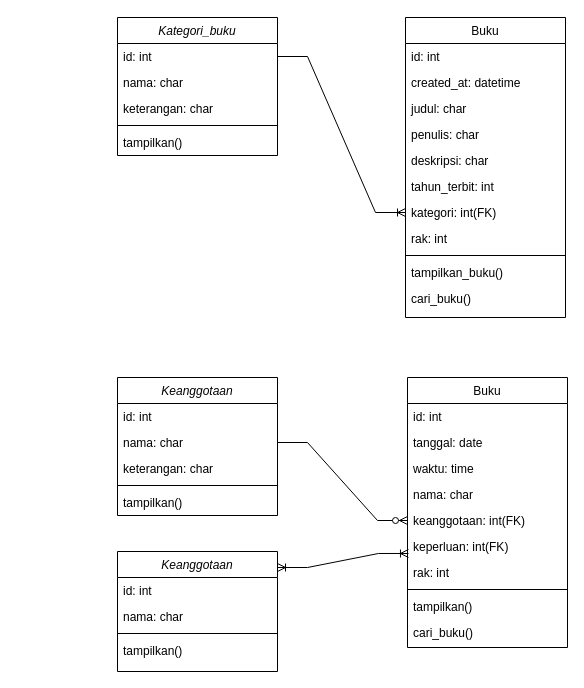
The draw.io diagram class-diagram-perpus-digital.drawio in Agnianjelita/Tefa, before the edit. Source tidied: cells renumbered, new cells numbered last; positions are measured from the earlier drawing's top-left corner, leaving out a move shared by most shapes. Both pictures are drawn from the tidied source at 100%, with x=0, y=0 at pixel (117, 17).
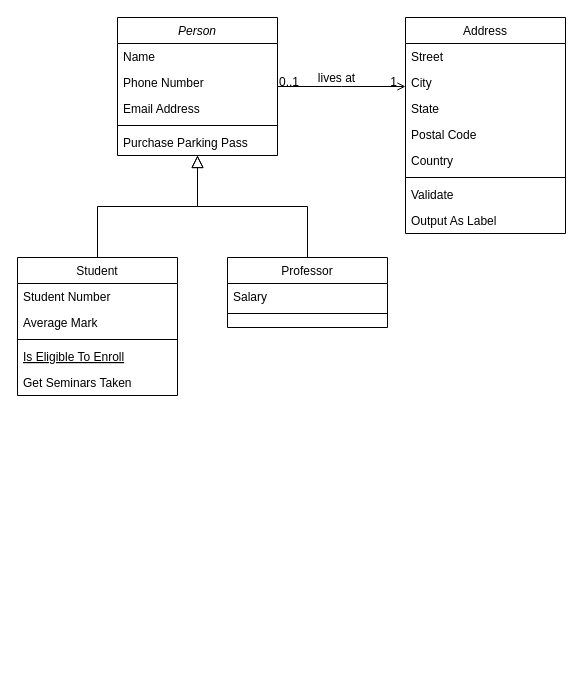
Above is the later version.

The edit, as a diff of the source:
```diff
@@
-    <mxCell id="2" value="Kategori_buku" style="swimlane;fontStyle=2;align=center;verticalAlign=top;horizontal=1;startSize=26;rounded=0;shadow=0;strokeWidth=1;" parent="1" vertex="1">
+    <mxCell id="2" value="Person" style="swimlane;fontStyle=2;align=center;verticalAlign=top;horizontal=1;startSize=26;rounded=0;shadow=0;strokeWidth=1;" parent="1" vertex="1">
       <mxGeometry width="160" height="138" as="geometry" />
     </mxCell>
-    <mxCell id="3" value="id: int" style="text;align=left;verticalAlign=top;spacingLeft=4;spacingRight=4;overflow=hidden;points=[[0,0.5],[1,0.5]];portConstraint=eastwest;" parent="2" vertex="1">
+    <mxCell id="3" value="Name" style="text;align=left;verticalAlign=top;spacingLeft=4;spacingRight=4;overflow=hidden;points=[[0,0.5],[1,0.5]];portConstraint=eastwest;" parent="2" vertex="1">
       <mxGeometry y="26" width="160" height="26" as="geometry" />
     </mxCell>
-    <mxCell id="4" value="nama: char" style="text;align=left;verticalAlign=top;spacingLeft=4;spacingRight=4;overflow=hidden;rounded=0;shadow=0;html=0;" parent="2" vertex="1">
+    <mxCell id="4" value="Phone Number" style="text;align=left;verticalAlign=top;spacingLeft=4;spacingRight=4;overflow=hidden;rounded=0;shadow=0;html=0;" parent="2" vertex="1">
       <mxGeometry y="52" width="160" height="26" as="geometry" />
     </mxCell>
-    <mxCell id="5" value="keterangan: char" style="text;align=left;verticalAlign=top;spacingLeft=4;spacingRight=4;overflow=hidden;rounded=0;shadow=0;html=0;" parent="2" vertex="1">
+    <mxCell id="5" value="Email Address" style="text;align=left;verticalAlign=top;spacingLeft=4;spacingRight=4;overflow=hidden;rounded=0;shadow=0;html=0;" parent="2" vertex="1">
       <mxGeometry y="78" width="160" height="26" as="geometry" />
     </mxCell>
@@
-    <mxCell id="7" value="tampilkan()" style="text;align=left;verticalAlign=top;spacingLeft=4;spacingRight=4;overflow=hidden;" parent="2" vertex="1">
+    <mxCell id="7" value="Purchase Parking Pass" style="text;align=left;verticalAlign=top;spacingLeft=4;spacingRight=4;overflow=hidden;" parent="2" vertex="1">
       <mxGeometry y="112" width="160" height="26" as="geometry" />
     </mxCell>
+    <mxCell id="45" value="Student" style="swimlane;fontStyle=0;align=center;verticalAlign=top;horizontal=1;startSize=26;rounded=0;shadow=0;strokeWidth=1;" parent="1" vertex="1">
+      <mxGeometry x="-100" y="240" width="160" height="138" as="geometry" />
+    </mxCell>
+    <mxCell id="46" value="Student Number" style="text;align=left;verticalAlign=top;spacingLeft=4;spacingRight=4;overflow=hidden;" parent="45" vertex="1">
+      <mxGeometry y="26" width="160" height="26" as="geometry" />
+    </mxCell>
+    <mxCell id="47" value="Average Mark" style="text;align=left;verticalAlign=top;spacingLeft=4;spacingRight=4;overflow=hidden;rounded=0;shadow=0;html=0;" parent="45" vertex="1">
+      <mxGeometry y="52" width="160" height="26" as="geometry" />
+    </mxCell>
+    <mxCell id="42" style="line;html=1;strokeWidth=1;align=left;verticalAlign=middle;spacingTop=-1;spacingLeft=3;spacingRight=3;labelPosition=right;" parent="45" vertex="1">
+      <mxGeometry y="78" width="160" height="8" as="geometry" />
+    </mxCell>
+    <mxCell id="48" value="Is Eligible To Enroll" style="text;align=left;verticalAlign=top;spacingLeft=4;spacingRight=4;overflow=hidden;fontStyle=4;" parent="45" vertex="1">
+      <mxGeometry y="86" width="160" height="26" as="geometry" />
+    </mxCell>
+    <mxCell id="49" value="Get Seminars Taken" style="text;align=left;verticalAlign=top;spacingLeft=4;spacingRight=4;overflow=hidden;" parent="45" vertex="1">
+      <mxGeometry y="112" width="160" height="26" as="geometry" />
+    </mxCell>
+    <mxCell id="50" style="endArrow=block;endSize=10;endFill=0;shadow=0;strokeWidth=1;rounded=0;edgeStyle=elbowEdgeStyle;elbow=vertical;" parent="1" edge="1" source="45" target="2">
+      <mxGeometry relative="1" as="geometry" />
+    </mxCell>
+    <mxCell id="51" value="Professor" style="swimlane;fontStyle=0;align=center;verticalAlign=top;horizontal=1;startSize=26;rounded=0;shadow=0;strokeWidth=1;" parent="1" vertex="1">
+      <mxGeometry x="110" y="240" width="160" height="70" as="geometry" />
+    </mxCell>
+    <mxCell id="52" value="Salary" style="text;align=left;verticalAlign=top;spacingLeft=4;spacingRight=4;overflow=hidden;" parent="51" vertex="1">
+      <mxGeometry y="26" width="160" height="26" as="geometry" />
+    </mxCell>
+    <mxCell id="53" style="line;html=1;strokeWidth=1;align=left;verticalAlign=middle;spacingTop=-1;spacingLeft=3;spacingRight=3;labelPosition=right;" parent="51" vertex="1">
+      <mxGeometry y="52" width="160" height="8" as="geometry" />
+    </mxCell>
+    <mxCell id="54" style="endArrow=block;endSize=10;endFill=0;shadow=0;strokeWidth=1;rounded=0;edgeStyle=elbowEdgeStyle;elbow=vertical;" parent="1" edge="1" source="51" target="2">
+      <mxGeometry relative="1" as="geometry" />
+    </mxCell>
-    <mxCell id="8" value="Buku" style="swimlane;fontStyle=0;align=center;verticalAlign=top;horizontal=1;startSize=26;rounded=0;shadow=0;strokeWidth=1;" parent="1" vertex="1">
-      <mxGeometry x="288" width="160" height="300" as="geometry" />
+    <mxCell id="8" value="Address" style="swimlane;fontStyle=0;align=center;verticalAlign=top;horizontal=1;startSize=26;rounded=0;shadow=0;strokeWidth=1;" parent="1" vertex="1">
+      <mxGeometry x="288" width="160" height="216" as="geometry" />
     </mxCell>
-    <mxCell id="9" value="id: int" style="text;align=left;verticalAlign=top;spacingLeft=4;spacingRight=4;overflow=hidden;" parent="8" vertex="1">
+    <mxCell id="9" value="Street" style="text;align=left;verticalAlign=top;spacingLeft=4;spacingRight=4;overflow=hidden;" parent="8" vertex="1">
       <mxGeometry y="26" width="160" height="26" as="geometry" />
     </mxCell>
-    <mxCell id="10" value="created_at: datetime" style="text;align=left;verticalAlign=top;spacingLeft=4;spacingRight=4;overflow=hidden;rounded=0;shadow=0;html=0;" parent="8" vertex="1">
+    <mxCell id="10" value="City" style="text;align=left;verticalAlign=top;spacingLeft=4;spacingRight=4;overflow=hidden;rounded=0;shadow=0;html=0;" parent="8" vertex="1">
       <mxGeometry y="52" width="160" height="26" as="geometry" />
     </mxCell>
-    <mxCell id="11" value="judul: char" style="text;align=left;verticalAlign=top;spacingLeft=4;spacingRight=4;overflow=hidden;rounded=0;shadow=0;html=0;" parent="8" vertex="1">
+    <mxCell id="11" value="State" style="text;align=left;verticalAlign=top;spacingLeft=4;spacingRight=4;overflow=hidden;rounded=0;shadow=0;html=0;" parent="8" vertex="1">
       <mxGeometry y="78" width="160" height="26" as="geometry" />
     </mxCell>
-    <mxCell id="12" value="penulis: char" style="text;align=left;verticalAlign=top;spacingLeft=4;spacingRight=4;overflow=hidden;rounded=0;shadow=0;html=0;" parent="8" vertex="1">
+    <mxCell id="12" value="Postal Code" style="text;align=left;verticalAlign=top;spacingLeft=4;spacingRight=4;overflow=hidden;rounded=0;shadow=0;html=0;" parent="8" vertex="1">
       <mxGeometry y="104" width="160" height="26" as="geometry" />
     </mxCell>
-    <mxCell id="13" value="deskripsi: char" style="text;align=left;verticalAlign=top;spacingLeft=4;spacingRight=4;overflow=hidden;rounded=0;shadow=0;html=0;" parent="8" vertex="1">
+    <mxCell id="13" value="Country" style="text;align=left;verticalAlign=top;spacingLeft=4;spacingRight=4;overflow=hidden;rounded=0;shadow=0;html=0;" parent="8" vertex="1">
       <mxGeometry y="130" width="160" height="26" as="geometry" />
     </mxCell>
-    <mxCell id="14" value="tahun_terbit: int" style="text;align=left;verticalAlign=top;spacingLeft=4;spacingRight=4;overflow=hidden;rounded=0;shadow=0;html=0;" parent="8" vertex="1">
-      <mxGeometry y="156" width="160" height="26" as="geometry" />
-    </mxCell>
-    <mxCell id="15" value="kategori: int(FK)" style="text;align=left;verticalAlign=top;spacingLeft=4;spacingRight=4;overflow=hidden;points=[[0,0.5],[1,0.5]];portConstraint=eastwest;rounded=0;shadow=0;html=0;" parent="8" vertex="1">
-      <mxGeometry y="182" width="160" height="26" as="geometry" />
-    </mxCell>
-    <mxCell id="16" value="rak: int" style="text;align=left;verticalAlign=top;spacingLeft=4;spacingRight=4;overflow=hidden;rounded=0;shadow=0;html=0;" parent="8" vertex="1">
-      <mxGeometry y="208" width="160" height="26" as="geometry" />
-    </mxCell>
     <mxCell id="17" style="line;html=1;strokeWidth=1;align=left;verticalAlign=middle;spacingTop=-1;spacingLeft=3;spacingRight=3;labelPosition=right;" parent="8" vertex="1">
-      <mxGeometry y="234" width="160" height="8" as="geometry" />
+      <mxGeometry y="156" width="160" height="8" as="geometry" />
     </mxCell>
-    <mxCell id="18" value="tampilkan_buku()" style="text;align=left;verticalAlign=top;spacingLeft=4;spacingRight=4;overflow=hidden;" parent="8" vertex="1">
-      <mxGeometry y="242" width="160" height="26" as="geometry" />
+    <mxCell id="18" value="Validate" style="text;align=left;verticalAlign=top;spacingLeft=4;spacingRight=4;overflow=hidden;" parent="8" vertex="1">
+      <mxGeometry y="164" width="160" height="26" as="geometry" />
     </mxCell>
-    <mxCell id="19" value="cari_buku()" style="text;align=left;verticalAlign=top;spacingLeft=4;spacingRight=4;overflow=hidden;" parent="8" vertex="1">
-      <mxGeometry y="268" width="160" height="26" as="geometry" />
+    <mxCell id="19" value="Output As Label" style="text;align=left;verticalAlign=top;spacingLeft=4;spacingRight=4;overflow=hidden;" parent="8" vertex="1">
+      <mxGeometry y="190" width="160" height="26" as="geometry" />
     </mxCell>
-    <mxCell id="20" style="edgeStyle=entityRelationEdgeStyle;fontSize=12;html=1;endArrow=ERoneToMany;rounded=0;entryX=0;entryY=0.5;entryDx=0;entryDy=0;" parent="1" edge="1" source="3" target="15">
-      <mxGeometry relative="1" as="geometry" />
-    </mxCell>
-    <mxCell id="21" value="Keanggotaan" style="swimlane;fontStyle=2;align=center;verticalAlign=top;horizontal=1;startSize=26;rounded=0;shadow=0;strokeWidth=1;" parent="1" vertex="1">
-      <mxGeometry y="360" width="160" height="138" as="geometry" />
-    </mxCell>
-    <mxCell id="22" value="id: int" style="text;align=left;verticalAlign=top;spacingLeft=4;spacingRight=4;overflow=hidden;" parent="21" vertex="1">
-      <mxGeometry y="26" width="160" height="26" as="geometry" />
-    </mxCell>
-    <mxCell id="23" value="nama: char" style="text;align=left;verticalAlign=top;spacingLeft=4;spacingRight=4;overflow=hidden;points=[[0,0.5],[1,0.5]];portConstraint=eastwest;rounded=0;shadow=0;html=0;" parent="21" vertex="1">
-      <mxGeometry y="52" width="160" height="26" as="geometry" />
-    </mxCell>
-    <mxCell id="24" value="keterangan: char" style="text;align=left;verticalAlign=top;spacingLeft=4;spacingRight=4;overflow=hidden;rounded=0;shadow=0;html=0;" parent="21" vertex="1">
-      <mxGeometry y="78" width="160" height="26" as="geometry" />
-    </mxCell>
-    <mxCell id="25" style="line;html=1;strokeWidth=1;align=left;verticalAlign=middle;spacingTop=-1;spacingLeft=3;spacingRight=3;labelPosition=right;" parent="21" vertex="1">
-      <mxGeometry y="104" width="160" height="8" as="geometry" />
-    </mxCell>
-    <mxCell id="26" value="tampilkan()" style="text;align=left;verticalAlign=top;spacingLeft=4;spacingRight=4;overflow=hidden;" parent="21" vertex="1">
-      <mxGeometry y="112" width="160" height="26" as="geometry" />
-    </mxCell>
-    <mxCell id="27" value="Buku" style="swimlane;fontStyle=0;align=center;verticalAlign=top;horizontal=1;startSize=26;rounded=0;shadow=0;strokeWidth=1;" parent="1" vertex="1">
-      <mxGeometry x="290" y="360" width="160" height="270" as="geometry" />
-    </mxCell>
-    <mxCell id="28" value="id: int" style="text;align=left;verticalAlign=top;spacingLeft=4;spacingRight=4;overflow=hidden;" parent="27" vertex="1">
-      <mxGeometry y="26" width="160" height="26" as="geometry" />
-    </mxCell>
-    <mxCell id="29" value="tanggal: date" style="text;align=left;verticalAlign=top;spacingLeft=4;spacingRight=4;overflow=hidden;rounded=0;shadow=0;html=0;" parent="27" vertex="1">
-      <mxGeometry y="52" width="160" height="26" as="geometry" />
-    </mxCell>
-    <mxCell id="30" value="waktu: time" style="text;align=left;verticalAlign=top;spacingLeft=4;spacingRight=4;overflow=hidden;rounded=0;shadow=0;html=0;" parent="27" vertex="1">
-      <mxGeometry y="78" width="160" height="26" as="geometry" />
-    </mxCell>
-    <mxCell id="31" value="nama: char" style="text;align=left;verticalAlign=top;spacingLeft=4;spacingRight=4;overflow=hidden;rounded=0;shadow=0;html=0;" parent="27" vertex="1">
-      <mxGeometry y="104" width="160" height="26" as="geometry" />
-    </mxCell>
-    <mxCell id="32" value="keanggotaan: int(FK)" style="text;align=left;verticalAlign=top;spacingLeft=4;spacingRight=4;overflow=hidden;points=[[0,0.5],[1,0.5]];portConstraint=eastwest;rounded=0;shadow=0;html=0;" parent="27" vertex="1">
-      <mxGeometry y="130" width="160" height="26" as="geometry" />
-    </mxCell>
-    <mxCell id="33" value="keperluan: int(FK)" style="text;align=left;verticalAlign=top;spacingLeft=4;spacingRight=4;overflow=hidden;points=[[0,0.5],[1,0.5]];portConstraint=eastwest;rounded=0;shadow=0;html=0;" parent="27" vertex="1">
-      <mxGeometry y="156" width="160" height="26" as="geometry" />
-    </mxCell>
-    <mxCell id="34" value="rak: int" style="text;align=left;verticalAlign=top;spacingLeft=4;spacingRight=4;overflow=hidden;rounded=0;shadow=0;html=0;" parent="27" vertex="1">
-      <mxGeometry y="182" width="160" height="26" as="geometry" />
-    </mxCell>
-    <mxCell id="35" style="line;html=1;strokeWidth=1;align=left;verticalAlign=middle;spacingTop=-1;spacingLeft=3;spacingRight=3;labelPosition=right;" parent="27" vertex="1">
-      <mxGeometry y="208" width="160" height="8" as="geometry" />
-    </mxCell>
-    <mxCell id="36" value="tampilkan()" style="text;align=left;verticalAlign=top;spacingLeft=4;spacingRight=4;overflow=hidden;" parent="27" vertex="1">
-      <mxGeometry y="216" width="160" height="26" as="geometry" />
-    </mxCell>
-    <mxCell id="37" value="cari_buku()" style="text;align=left;verticalAlign=top;spacingLeft=4;spacingRight=4;overflow=hidden;" parent="27" vertex="1">
-      <mxGeometry y="242" width="160" height="26" as="geometry" />
-    </mxCell>
-    <mxCell id="38" style="edgeStyle=entityRelationEdgeStyle;fontSize=12;html=1;endArrow=ERzeroToMany;endFill=1;rounded=0;entryX=0;entryY=0.5;entryDx=0;entryDy=0;exitX=1;exitY=0.5;exitDx=0;exitDy=0;" parent="1" edge="1" source="23" target="32">
-      <mxGeometry relative="1" as="geometry" />
-    </mxCell>
-    <mxCell id="39" value="Keanggotaan" style="swimlane;fontStyle=2;align=center;verticalAlign=top;horizontal=1;startSize=26;rounded=0;shadow=0;strokeWidth=1;" parent="1" vertex="1">
-      <mxGeometry y="534" width="160" height="120" as="geometry" />
-    </mxCell>
-    <mxCell id="40" value="id: int" style="text;align=left;verticalAlign=top;spacingLeft=4;spacingRight=4;overflow=hidden;" parent="39" vertex="1">
-      <mxGeometry y="26" width="160" height="26" as="geometry" />
-    </mxCell>
-    <mxCell id="41" value="nama: char" style="text;align=left;verticalAlign=top;spacingLeft=4;spacingRight=4;overflow=hidden;rounded=0;shadow=0;html=0;" parent="39" vertex="1">
-      <mxGeometry y="52" width="160" height="26" as="geometry" />
-    </mxCell>
-    <mxCell id="42" style="line;html=1;strokeWidth=1;align=left;verticalAlign=middle;spacingTop=-1;spacingLeft=3;spacingRight=3;labelPosition=right;" parent="39" vertex="1">
-      <mxGeometry y="78" width="160" height="8" as="geometry" />
-    </mxCell>
-    <mxCell id="43" value="tampilkan()" style="text;align=left;verticalAlign=top;spacingLeft=4;spacingRight=4;overflow=hidden;" parent="39" vertex="1">
-      <mxGeometry y="86" width="160" height="26" as="geometry" />
-    </mxCell>
-    <mxCell id="44" style="edgeStyle=entityRelationEdgeStyle;fontSize=12;html=1;endArrow=ERoneToMany;startArrow=ERoneToMany;rounded=0;entryX=0.006;entryY=0.769;entryDx=0;entryDy=0;entryPerimeter=0;" parent="1" edge="1" target="33">
-      <mxGeometry relative="1" as="geometry">
-        <mxPoint x="160" y="550" as="sourcePoint" />
-        <Array as="points">
-          <mxPoint x="190" y="610" />
-        </Array>
-      </mxGeometry>
-    </mxCell>
+    <mxCell id="55" style="endArrow=open;shadow=0;strokeWidth=1;rounded=0;endFill=1;edgeStyle=elbowEdgeStyle;elbow=vertical;" parent="1" edge="1" source="2" target="8">
+      <mxGeometry x="0.5" y="41" relative="1" as="geometry">
+        <mxPoint x="-40" y="32" as="offset" />
+      </mxGeometry>
+    </mxCell>
+    <mxCell id="56" value="0..1" style="align=left;verticalAlign=bottom;labelBackgroundColor=none;fontSize=12;" parent="55" vertex="1">
+      <mxGeometry x="-1" relative="1" as="geometry">
+        <mxPoint y="4" as="offset" />
+      </mxGeometry>
+    </mxCell>
+    <mxCell id="57" value="1" style="align=right;verticalAlign=bottom;labelBackgroundColor=none;fontSize=12;" parent="55" vertex="1">
+      <mxGeometry x="1" relative="1" as="geometry">
+        <mxPoint x="-7" y="4" as="offset" />
+      </mxGeometry>
+    </mxCell>
+    <mxCell id="58" value="lives at" style="text;html=1;align=center;verticalAlign=middle;labelBackgroundColor=none;rounded=0;shadow=0;strokeWidth=1;fontSize=12;" parent="55" vertex="1">
+      <mxGeometry x="0.5" y="49" relative="1" as="geometry">
+        <mxPoint x="-38" y="40" as="offset" />
+      </mxGeometry>
+    </mxCell>
```
